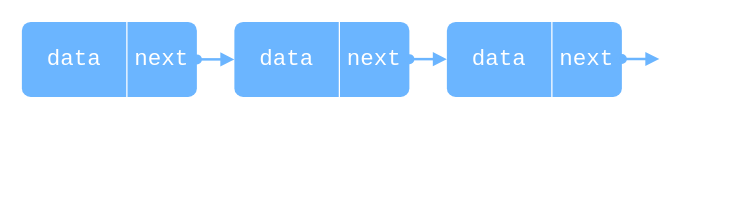
Before: page "3.1. Linked list" (2 of 7) of linked-list.drawio in vtchitruong/vtchitruong.github.io, a draw.io diagram. Source tidied: cells renumbered, new cells numbered last; positions are measured from the earlier drawing's top-left corner, leaving out a move shared by most shapes. Both pictures are drawn from the tidied source at 125%, with x=0, y=0 at pixel (21, 21).
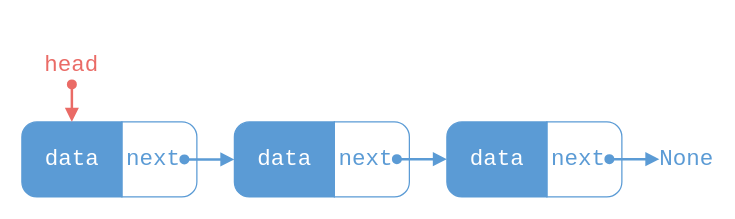
The same page after the edit.

Change to the diagram source:
```diff
@@
-    <mxCell id="2" style="group;" parent="1" vertex="1">
-      <mxGeometry width="140" height="60" as="geometry" />
-    </mxCell>
-    <mxCell id="3" style="rounded=1;whiteSpace=wrap;html=1;absoluteArcSize=1;arcSize=14;strokeWidth=2;fontFamily=Consolas;fontSize=20;strokeColor=none;fontColor=#FFFFFF;fillColor=#6BB5FF;points=[[0,0,0,0,0],[0,0.26,0,0,0],[0,0.5,0,0,0],[0,0.74,0,0,0],[0,1,0,0,0],[0.25,0,0,0,0],[0.25,1,0,0,0],[0.5,0,0,0,0],[0.5,1,0,0,0],[0.6,0,0,0,0],[0.6,1,0,0,0],[1,0,0,0,0],[1,0.26,0,0,0],[1,0.5,0,0,0],[1,0.76,0,0,0],[1,1,0,0,0]];" parent="2" vertex="1">
-      <mxGeometry width="140" height="60" as="geometry" />
-    </mxCell>
-    <mxCell id="4" style="endArrow=none;html=1;rounded=0;strokeColor=#FFFFFF;exitX=0.6;exitY=1;exitDx=0;exitDy=0;exitPerimeter=0;entryX=0.6;entryY=0;entryDx=0;entryDy=0;entryPerimeter=0;" parent="2" edge="1" source="3" target="3">
-      <mxGeometry relative="1" as="geometry" />
-    </mxCell>
-    <mxCell id="5" value="data" style="strokeWidth=1;html=1;shadow=0;dashed=0;shape=mxgraph.ios.iTextInput;strokeColor=none;buttonText=;fontSize=18;whiteSpace=wrap;align=center;comic=0;fontFamily=Consolas;fillColor=none;fontColor=#FFFFFF;" parent="2" vertex="1">
-      <mxGeometry x="20" y="22.5" width="43.5" height="15" as="geometry" />
-    </mxCell>
-    <mxCell id="6" value="next" style="strokeWidth=1;html=1;shadow=0;dashed=0;shape=mxgraph.ios.iTextInput;strokeColor=none;buttonText=;fontSize=18;whiteSpace=wrap;align=center;comic=0;fontFamily=Consolas;fillColor=none;fontColor=#FFFFFF;" parent="2" vertex="1">
-      <mxGeometry x="90" y="22.5" width="43.5" height="15" as="geometry" />
-    </mxCell>
-    <mxCell id="7" style="group;" parent="1" vertex="1">
-      <mxGeometry x="170" width="140" height="60" as="geometry" />
-    </mxCell>
-    <mxCell id="8" style="rounded=1;whiteSpace=wrap;html=1;absoluteArcSize=1;arcSize=14;strokeWidth=2;fontFamily=Consolas;fontSize=20;strokeColor=none;fontColor=#FFFFFF;fillColor=#6BB5FF;points=[[0,0,0,0,0],[0,0.26,0,0,0],[0,0.5,0,0,0],[0,0.74,0,0,0],[0,1,0,0,0],[0.25,0,0,0,0],[0.25,1,0,0,0],[0.5,0,0,0,0],[0.5,1,0,0,0],[0.6,0,0,0,0],[0.6,1,0,0,0],[1,0,0,0,0],[1,0.26,0,0,0],[1,0.5,0,0,0],[1,0.76,0,0,0],[1,1,0,0,0]];" parent="7" vertex="1">
-      <mxGeometry width="140" height="60" as="geometry" />
-    </mxCell>
-    <mxCell id="9" style="endArrow=none;html=1;rounded=0;strokeColor=#FFFFFF;exitX=0.6;exitY=1;exitDx=0;exitDy=0;exitPerimeter=0;entryX=0.6;entryY=0;entryDx=0;entryDy=0;entryPerimeter=0;" parent="7" edge="1" source="8" target="8">
-      <mxGeometry relative="1" as="geometry" />
-    </mxCell>
-    <mxCell id="10" value="data" style="strokeWidth=1;html=1;shadow=0;dashed=0;shape=mxgraph.ios.iTextInput;strokeColor=none;buttonText=;fontSize=18;whiteSpace=wrap;align=center;comic=0;fontFamily=Consolas;fillColor=none;fontColor=#FFFFFF;" parent="7" vertex="1">
-      <mxGeometry x="20" y="22.5" width="43.5" height="15" as="geometry" />
-    </mxCell>
-    <mxCell id="11" value="next" style="strokeWidth=1;html=1;shadow=0;dashed=0;shape=mxgraph.ios.iTextInput;strokeColor=none;buttonText=;fontSize=18;whiteSpace=wrap;align=center;comic=0;fontFamily=Consolas;fillColor=none;fontColor=#FFFFFF;" parent="7" vertex="1">
-      <mxGeometry x="90" y="22.5" width="43.5" height="15" as="geometry" />
-    </mxCell>
-    <mxCell id="12" style="group;" parent="1" vertex="1">
-      <mxGeometry x="340" width="140" height="60" as="geometry" />
-    </mxCell>
-    <mxCell id="13" style="rounded=1;whiteSpace=wrap;html=1;absoluteArcSize=1;arcSize=14;strokeWidth=2;fontFamily=Consolas;fontSize=20;strokeColor=none;fontColor=#FFFFFF;fillColor=#6BB5FF;points=[[0,0,0,0,0],[0,0.26,0,0,0],[0,0.5,0,0,0],[0,0.74,0,0,0],[0,1,0,0,0],[0.25,0,0,0,0],[0.25,1,0,0,0],[0.5,0,0,0,0],[0.5,1,0,0,0],[0.6,0,0,0,0],[0.6,1,0,0,0],[1,0,0,0,0],[1,0.26,0,0,0],[1,0.5,0,0,0],[1,0.76,0,0,0],[1,1,0,0,0]];" parent="12" vertex="1">
-      <mxGeometry width="140" height="60" as="geometry" />
-    </mxCell>
-    <mxCell id="14" style="endArrow=none;html=1;rounded=0;strokeColor=#FFFFFF;exitX=0.6;exitY=1;exitDx=0;exitDy=0;exitPerimeter=0;entryX=0.6;entryY=0;entryDx=0;entryDy=0;entryPerimeter=0;" parent="12" edge="1" source="13" target="13">
-      <mxGeometry relative="1" as="geometry" />
-    </mxCell>
-    <mxCell id="15" value="data" style="strokeWidth=1;html=1;shadow=0;dashed=0;shape=mxgraph.ios.iTextInput;strokeColor=none;buttonText=;fontSize=18;whiteSpace=wrap;align=center;comic=0;fontFamily=Consolas;fillColor=none;fontColor=#FFFFFF;" parent="12" vertex="1">
-      <mxGeometry x="20" y="22.5" width="43.5" height="15" as="geometry" />
-    </mxCell>
-    <mxCell id="16" value="next" style="strokeWidth=1;html=1;shadow=0;dashed=0;shape=mxgraph.ios.iTextInput;strokeColor=none;buttonText=;fontSize=18;whiteSpace=wrap;align=center;comic=0;fontFamily=Consolas;fillColor=none;fontColor=#FFFFFF;" parent="12" vertex="1">
-      <mxGeometry x="90" y="22.5" width="43.5" height="15" as="geometry" />
-    </mxCell>
-    <mxCell id="17" style="endArrow=block;html=1;rounded=0;fontFamily=Consolas;fontSize=18;fontColor=#FFFFFF;strokeColor=#6BB5FF;exitX=1;exitY=0.5;exitDx=0;exitDy=0;exitPerimeter=0;endFill=1;strokeWidth=2;startArrow=oval;startFill=1;shadow=0;" parent="1" edge="1" source="3">
-      <mxGeometry relative="1" as="geometry">
-        <mxPoint x="170" y="30" as="targetPoint" />
-      </mxGeometry>
-    </mxCell>
-    <mxCell id="18" style="endArrow=block;html=1;rounded=0;fontFamily=Consolas;fontSize=18;fontColor=#FFFFFF;strokeColor=#6BB5FF;exitX=1;exitY=0.5;exitDx=0;exitDy=0;exitPerimeter=0;endFill=1;strokeWidth=2;startArrow=oval;startFill=1;shadow=0;" parent="1" edge="1">
-      <mxGeometry relative="1" as="geometry">
-        <mxPoint x="480" y="29.7" as="sourcePoint" />
-        <mxPoint x="510" y="29.7" as="targetPoint" />
-      </mxGeometry>
-    </mxCell>
-    <mxCell id="19" style="endArrow=block;html=1;rounded=0;fontFamily=Consolas;fontSize=18;fontColor=#FFFFFF;strokeColor=#6BB5FF;exitX=1;exitY=0.5;exitDx=0;exitDy=0;exitPerimeter=0;endFill=1;strokeWidth=2;startArrow=oval;startFill=1;shadow=0;" parent="1" edge="1">
-      <mxGeometry relative="1" as="geometry">
-        <mxPoint x="310" y="29.8" as="sourcePoint" />
-        <mxPoint x="340" y="29.8" as="targetPoint" />
-      </mxGeometry>
-    </mxCell>
+    <mxCell id="20" value="data" style="verticalLabelPosition=middle;verticalAlign=middle;html=1;shape=mxgraph.basic.rect;fillColor2=none;strokeWidth=1;size=12;indent=5;rectStyle=square;topLeftStyle=rounded;bottomLeftStyle=rounded;fillColor=#5B9BD5;horizontal=1;labelPosition=center;align=center;fontSize=18;fontFamily=Consolas;fontColor=#FFFFFF;strokeColor=#5B9BD5;" parent="1" vertex="1">
+      <mxGeometry y="80" width="80" height="60" as="geometry" />
+    </mxCell>
+    <mxCell id="21" value="next" style="verticalLabelPosition=middle;verticalAlign=middle;html=1;shape=mxgraph.basic.rect;fillColor2=none;strokeWidth=1;size=12;indent=5;rectStyle=square;topLeftStyle=default;bottomLeftStyle=default;fillColor=none;horizontal=1;labelPosition=center;align=center;fontSize=18;fontFamily=Consolas;fontColor=#5B9BD5;strokeColor=#5B9BD5;topRightStyle=rounded;bottomRightStyle=rounded;textDirection=ltr;spacingLeft=-10;" parent="1" vertex="1">
+      <mxGeometry x="80" y="80" width="60" height="60" as="geometry" />
+    </mxCell>
+    <mxCell id="22" value="data" style="verticalLabelPosition=middle;verticalAlign=middle;html=1;shape=mxgraph.basic.rect;fillColor2=none;strokeWidth=1;size=12;indent=5;rectStyle=square;topLeftStyle=rounded;bottomLeftStyle=rounded;fillColor=#5B9BD5;horizontal=1;labelPosition=center;align=center;fontSize=18;fontFamily=Consolas;fontColor=#FFFFFF;strokeColor=#5B9BD5;" parent="1" vertex="1">
+      <mxGeometry x="170" y="80" width="80" height="60" as="geometry" />
+    </mxCell>
+    <mxCell id="23" value="next" style="verticalLabelPosition=middle;verticalAlign=middle;html=1;shape=mxgraph.basic.rect;fillColor2=none;strokeWidth=1;size=12;indent=5;rectStyle=square;topLeftStyle=default;bottomLeftStyle=default;fillColor=none;horizontal=1;labelPosition=center;align=center;fontSize=18;fontFamily=Consolas;fontColor=#5B9BD5;strokeColor=#5B9BD5;topRightStyle=rounded;bottomRightStyle=rounded;spacingLeft=-10;" parent="1" vertex="1">
+      <mxGeometry x="250" y="80" width="60" height="60" as="geometry" />
+    </mxCell>
+    <mxCell id="24" value="data" style="verticalLabelPosition=middle;verticalAlign=middle;html=1;shape=mxgraph.basic.rect;fillColor2=none;strokeWidth=1;size=12;indent=5;rectStyle=square;topLeftStyle=rounded;bottomLeftStyle=rounded;fillColor=#5B9BD5;horizontal=1;labelPosition=center;align=center;fontSize=18;fontFamily=Consolas;fontColor=#FFFFFF;strokeColor=#5B9BD5;" parent="1" vertex="1">
+      <mxGeometry x="340" y="80" width="80" height="60" as="geometry" />
+    </mxCell>
+    <mxCell id="25" value="next" style="verticalLabelPosition=middle;verticalAlign=middle;html=1;shape=mxgraph.basic.rect;fillColor2=none;strokeWidth=1;size=12;indent=5;rectStyle=square;topLeftStyle=default;bottomLeftStyle=default;fillColor=none;horizontal=1;labelPosition=center;align=center;fontSize=18;fontFamily=Consolas;fontColor=#5B9BD5;strokeColor=#5B9BD5;topRightStyle=rounded;bottomRightStyle=rounded;spacingLeft=-10;" parent="1" vertex="1">
+      <mxGeometry x="420" y="80" width="60" height="60" as="geometry" />
+    </mxCell>
+    <mxCell id="26" style="endArrow=block;html=1;rounded=0;fontFamily=Consolas;fontSize=18;fontColor=#FFFFFF;strokeColor=#5B9BD5;endFill=1;strokeWidth=2;startArrow=oval;startFill=1;shadow=0;labelBackgroundColor=#5B9BD5;" parent="1" edge="1">
+      <mxGeometry relative="1" as="geometry">
+        <mxPoint x="130" y="110" as="sourcePoint" />
+        <mxPoint x="170" y="110" as="targetPoint" />
+      </mxGeometry>
+    </mxCell>
+    <mxCell id="27" style="endArrow=block;html=1;rounded=0;fontFamily=Consolas;fontSize=18;fontColor=#FFFFFF;strokeColor=#5B9BD5;endFill=1;strokeWidth=2;startArrow=oval;startFill=1;shadow=0;labelBackgroundColor=#5B9BD5;" parent="1" edge="1">
+      <mxGeometry relative="1" as="geometry">
+        <mxPoint x="300" y="109.8" as="sourcePoint" />
+        <mxPoint x="340" y="109.8" as="targetPoint" />
+      </mxGeometry>
+    </mxCell>
+    <mxCell id="28" style="endArrow=block;html=1;rounded=0;fontFamily=Consolas;fontSize=18;fontColor=#FFFFFF;strokeColor=#5B9BD5;endFill=1;strokeWidth=2;startArrow=oval;startFill=1;shadow=0;labelBackgroundColor=#5B9BD5;" parent="1" edge="1">
+      <mxGeometry relative="1" as="geometry">
+        <mxPoint x="470" y="109.8" as="sourcePoint" />
+        <mxPoint x="510" y="109.8" as="targetPoint" />
+      </mxGeometry>
+    </mxCell>
+    <mxCell id="29" value="head" style="rounded=1;whiteSpace=wrap;html=1;strokeColor=none;fillColor=none;fontFamily=Consolas;fontColor=#EA6B66;fontSize=18;" parent="1" vertex="1">
+      <mxGeometry x="10" y="20" width="60" height="30" as="geometry" />
+    </mxCell>
+    <mxCell id="30" style="endArrow=block;html=1;rounded=0;fontFamily=Consolas;fontSize=18;fontColor=#FFFFFF;strokeColor=#EA6B66;exitX=0.5;exitY=1;exitDx=0;exitDy=0;endFill=1;strokeWidth=2;startArrow=oval;startFill=1;entryX=0.5;entryY=0;entryDx=0;entryDy=0;entryPerimeter=0;" parent="1" edge="1" source="29">
+      <mxGeometry relative="1" as="geometry">
+        <mxPoint x="40" y="80" as="targetPoint" />
+      </mxGeometry>
+    </mxCell>
+    <mxCell id="31" value="None" style="strokeWidth=1;html=1;shadow=0;dashed=0;shape=mxgraph.ios.iTextInput;strokeColor=none;buttonText=;fontSize=18;whiteSpace=wrap;align=center;comic=0;fontFamily=Consolas;fillColor=none;fontColor=#5B9BD5;" parent="1" vertex="1">
+      <mxGeometry x="510" y="102.5" width="43.5" height="15" as="geometry" />
+    </mxCell>
```
